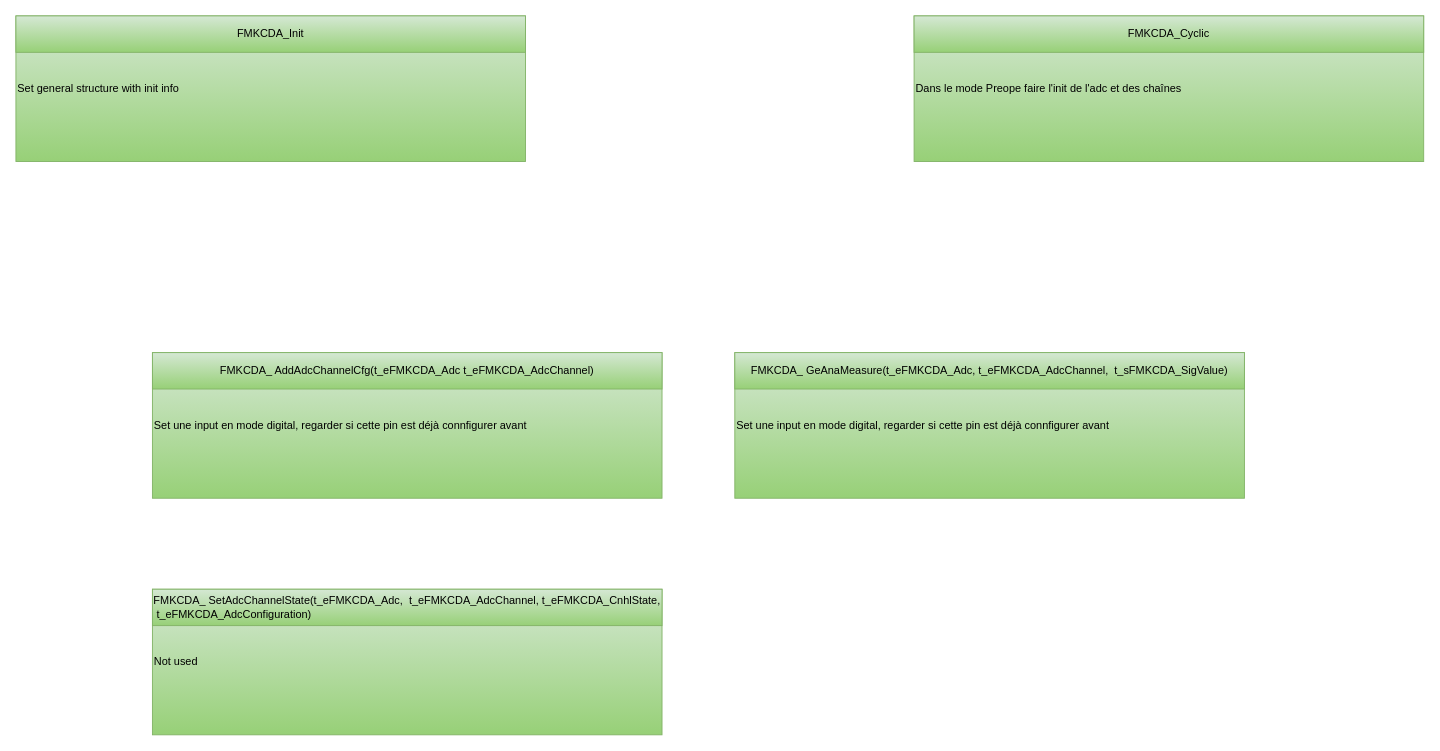
The draw.io diagram page "API" (3 of 8) of src/1_FMK/FMK_HAL/FMK_CDA/Doc/FMK_CDA.drawio in mbarbeau0545/Stm32PrjTpl, before the edit. Source tidied: cells renumbered, new cells numbered last; positions are measured from the earlier drawing's top-left corner, leaving out a move shared by most shapes. Both pictures are drawn from the tidied source at 91%, with x=0, y=0 at pixel (15, 15).
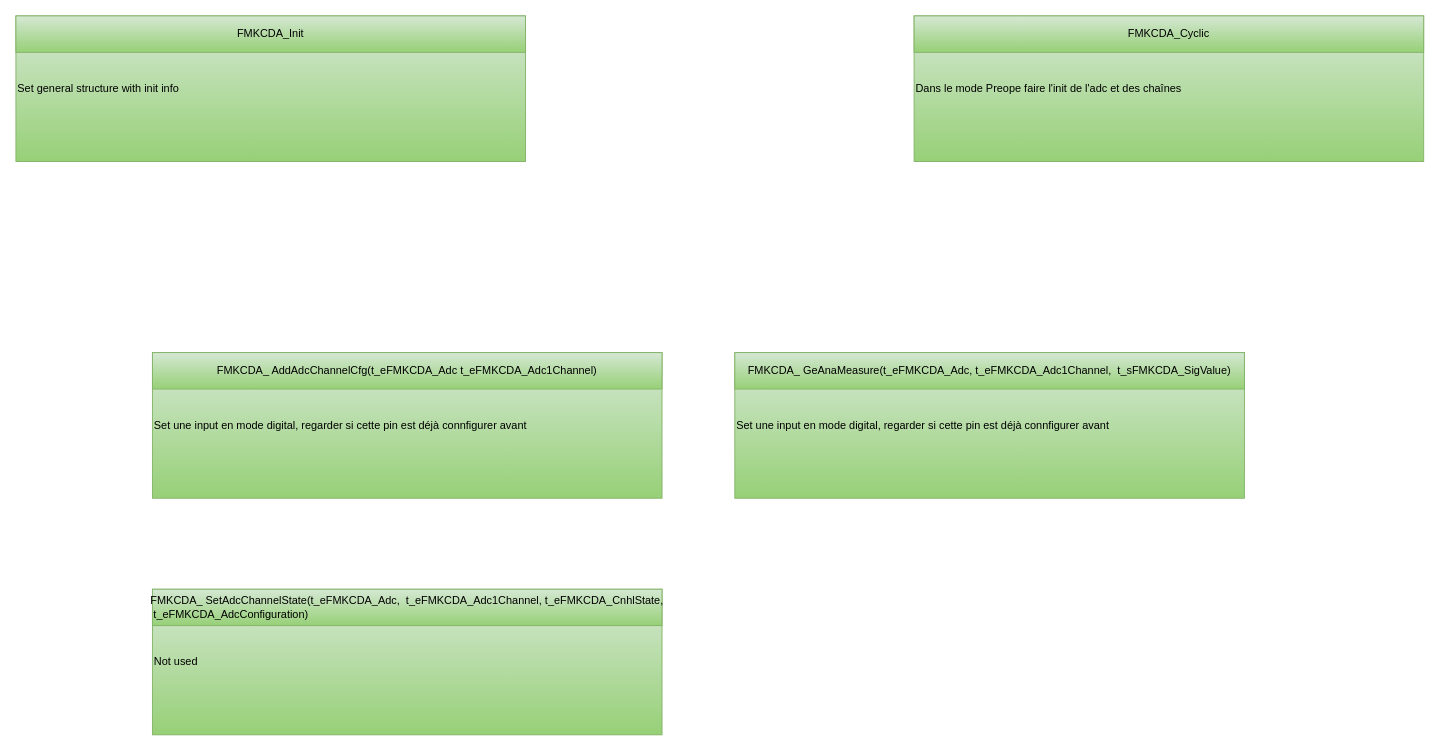
Above is the later version.

Change to the diagram source:
```diff
@@
 <mxGraphModel>
   <root>
     <mxCell id="0" />
     <mxCell id="1" parent="0" />
     <mxCell id="2" style="group;" parent="1" vertex="1">
       <mxGeometry x="150" y="370" width="560" height="160" as="geometry" />
     </mxCell>
     <mxCell id="3" value="Set une input en mode digital, regarder si cette pin est déjà connfigurer avant&amp;nbsp;" style="rounded=0;whiteSpace=wrap;html=1;fillColor=#d5e8d4;gradientColor=#97d077;strokeColor=#82b366;fontColor=#000000;align=left;" parent="2" vertex="1">
       <mxGeometry width="560" height="160" as="geometry" />
     </mxCell>
-    <mxCell id="4" value="&lt;div style=&quot;text-align: left;&quot;&gt;&lt;span style=&quot;background-color: initial;&quot;&gt;FMK&lt;span style=&quot;text-wrap: nowrap;&quot;&gt;CDA_ AddAdcChannelCfg(&lt;/span&gt;&lt;/span&gt;&lt;span style=&quot;text-wrap: nowrap; background-color: initial;&quot;&gt;t_eFMKCDA_Adc&lt;/span&gt;&lt;span style=&quot;background-color: initial;&quot;&gt;&lt;span style=&quot;text-wrap: nowrap;&quot;&gt;&amp;nbsp;t_eFMKCDA_AdcChannel&lt;/span&gt;&lt;/span&gt;&lt;span style=&quot;background-color: initial; text-wrap: nowrap;&quot;&gt;)&lt;/span&gt;&lt;/div&gt;" style="rounded=0;whiteSpace=wrap;html=1;fillColor=#d5e8d4;gradientColor=#97d077;strokeColor=#82b366;fontColor=#000000;" parent="2" vertex="1">
+    <mxCell id="4" value="&lt;div style=&quot;text-align: left;&quot;&gt;&lt;span style=&quot;background-color: initial;&quot;&gt;FMK&lt;span style=&quot;text-wrap: nowrap;&quot;&gt;CDA_ AddAdcChannelCfg(&lt;/span&gt;&lt;/span&gt;&lt;span style=&quot;text-wrap: nowrap; background-color: initial;&quot;&gt;t_eFMKCDA_Adc&lt;/span&gt;&lt;span style=&quot;background-color: initial;&quot;&gt;&lt;span style=&quot;text-wrap: nowrap;&quot;&gt;&amp;nbsp;t_eFMKCDA_Adc1Channel&lt;/span&gt;&lt;/span&gt;&lt;span style=&quot;background-color: initial; text-wrap: nowrap;&quot;&gt;)&lt;/span&gt;&lt;/div&gt;" style="rounded=0;whiteSpace=wrap;html=1;fillColor=#d5e8d4;gradientColor=#97d077;strokeColor=#82b366;fontColor=#000000;" parent="2" vertex="1">
       <mxGeometry width="560" height="40" as="geometry" />
     </mxCell>
     <mxCell id="5" style="group;" parent="1" vertex="1">
       <mxGeometry x="790" y="370" width="560" height="160" as="geometry" />
     </mxCell>
     <mxCell id="6" value="Set une input en mode digital, regarder si cette pin est déjà connfigurer avant&amp;nbsp;" style="rounded=0;whiteSpace=wrap;html=1;fillColor=#d5e8d4;gradientColor=#97d077;strokeColor=#82b366;fontColor=#000000;align=left;" parent="5" vertex="1">
       <mxGeometry width="560" height="160" as="geometry" />
     </mxCell>
-    <mxCell id="7" value="&lt;div style=&quot;text-align: left;&quot;&gt;&lt;span style=&quot;background-color: initial;&quot;&gt;FMK&lt;span style=&quot;text-wrap: nowrap;&quot;&gt;CDA_ GeAnaMeasure(&lt;/span&gt;&lt;/span&gt;&lt;span style=&quot;text-wrap: nowrap; background-color: initial;&quot;&gt;t_eFMKCDA_Adc,&amp;nbsp;&lt;/span&gt;&lt;span style=&quot;background-color: initial; text-wrap: nowrap;&quot;&gt;t_eFMKCDA_AdcChannel&lt;/span&gt;&lt;span style=&quot;background-color: initial;&quot;&gt;&lt;span style=&quot;text-wrap: nowrap;&quot;&gt;,&amp;nbsp;&amp;nbsp;&lt;/span&gt;&lt;/span&gt;&lt;span style=&quot;background-color: initial; text-wrap: nowrap;&quot;&gt;t&lt;/span&gt;&lt;span style=&quot;background-color: initial; text-wrap: nowrap;&quot;&gt;_sFMKCDA_SigValue&lt;/span&gt;&lt;span style=&quot;background-color: initial; text-wrap: nowrap;&quot;&gt;)&lt;/span&gt;&lt;/div&gt;" style="rounded=0;whiteSpace=wrap;html=1;fillColor=#d5e8d4;gradientColor=#97d077;strokeColor=#82b366;fontColor=#000000;" parent="5" vertex="1">
+    <mxCell id="7" value="&lt;div style=&quot;text-align: left;&quot;&gt;&lt;span style=&quot;background-color: initial;&quot;&gt;FMK&lt;span style=&quot;text-wrap: nowrap;&quot;&gt;CDA_ GeAnaMeasure(&lt;/span&gt;&lt;/span&gt;&lt;span style=&quot;text-wrap: nowrap; background-color: initial;&quot;&gt;t_eFMKCDA_Adc,&amp;nbsp;&lt;/span&gt;&lt;span style=&quot;background-color: initial; text-wrap: nowrap;&quot;&gt;t_eFMKCDA_Adc1Channel&lt;/span&gt;&lt;span style=&quot;background-color: initial;&quot;&gt;&lt;span style=&quot;text-wrap: nowrap;&quot;&gt;,&amp;nbsp;&amp;nbsp;&lt;/span&gt;&lt;/span&gt;&lt;span style=&quot;background-color: initial; text-wrap: nowrap;&quot;&gt;t&lt;/span&gt;&lt;span style=&quot;background-color: initial; text-wrap: nowrap;&quot;&gt;_sFMKCDA_SigValue&lt;/span&gt;&lt;span style=&quot;background-color: initial; text-wrap: nowrap;&quot;&gt;)&lt;/span&gt;&lt;/div&gt;" style="rounded=0;whiteSpace=wrap;html=1;fillColor=#d5e8d4;gradientColor=#97d077;strokeColor=#82b366;fontColor=#000000;" parent="5" vertex="1">
       <mxGeometry width="560" height="40" as="geometry" />
     </mxCell>
     <mxCell id="8" style="group;" parent="1" vertex="1">
       <mxGeometry x="987" width="560" height="160" as="geometry" />
     </mxCell>
     <mxCell id="9" value="Dans le mode Preope faire l'init de l'adc et des chaînes" style="rounded=0;whiteSpace=wrap;html=1;fillColor=#d5e8d4;gradientColor=#97d077;strokeColor=#82b366;fontColor=#000000;align=left;" parent="8" vertex="1">
       <mxGeometry width="560" height="160" as="geometry" />
     </mxCell>
     <mxCell id="10" value="FMKCDA_Cyclic" style="rounded=0;whiteSpace=wrap;html=1;fillColor=#d5e8d4;gradientColor=#97d077;strokeColor=#82b366;fontColor=#000000;" parent="8" vertex="1">
       <mxGeometry width="560" height="40" as="geometry" />
     </mxCell>
     <mxCell id="11" style="group;" parent="1" vertex="1">
       <mxGeometry width="560" height="160" as="geometry" />
     </mxCell>
     <mxCell id="12" value="Set general structure with init info&amp;nbsp;" style="rounded=0;whiteSpace=wrap;html=1;fillColor=#d5e8d4;gradientColor=#97d077;strokeColor=#82b366;fontColor=#000000;align=left;" parent="11" vertex="1">
       <mxGeometry width="560" height="160" as="geometry" />
     </mxCell>
     <mxCell id="13" value="FMKCDA_Init" style="rounded=0;whiteSpace=wrap;html=1;fillColor=#d5e8d4;gradientColor=#97d077;strokeColor=#82b366;fontColor=#000000;" parent="11" vertex="1">
       <mxGeometry width="560" height="40" as="geometry" />
     </mxCell>
     <mxCell id="14" style="group;" parent="1" vertex="1">
       <mxGeometry x="150" y="630" width="560" height="160" as="geometry" />
     </mxCell>
     <mxCell id="15" value="Not used" style="rounded=0;whiteSpace=wrap;html=1;fillColor=#d5e8d4;gradientColor=#97d077;strokeColor=#82b366;fontColor=#000000;align=left;" parent="14" vertex="1">
       <mxGeometry width="560" height="160" as="geometry" />
     </mxCell>
-    <mxCell id="16" value="&lt;div style=&quot;text-align: left;&quot;&gt;&lt;span style=&quot;background-color: initial;&quot;&gt;FMK&lt;span style=&quot;text-wrap: nowrap;&quot;&gt;CDA_ SetAdcChannelState(&lt;/span&gt;&lt;/span&gt;&lt;span style=&quot;text-wrap: nowrap; background-color: initial;&quot;&gt;t_eFMKCDA_Adc,&amp;nbsp;&lt;/span&gt;&lt;span style=&quot;background-color: initial;&quot;&gt;&lt;span style=&quot;text-wrap: nowrap;&quot;&gt;&amp;nbsp;t_eFMKCDA_AdcChannel, t_eFMKCDA_CnhlState,&lt;/span&gt;&lt;/span&gt;&lt;/div&gt;&lt;div style=&quot;text-align: left;&quot;&gt;&lt;span style=&quot;background-color: initial;&quot;&gt;&lt;span style=&quot;text-wrap: nowrap;&quot;&gt;&amp;nbsp;t_eFMKCDA_AdcConfiguration&lt;/span&gt;&lt;/span&gt;&lt;span style=&quot;background-color: initial; text-wrap: nowrap;&quot;&gt;)&lt;/span&gt;&lt;/div&gt;" style="rounded=0;whiteSpace=wrap;html=1;fillColor=#d5e8d4;gradientColor=#97d077;strokeColor=#82b366;fontColor=#000000;" parent="14" vertex="1">
+    <mxCell id="16" value="&lt;div style=&quot;text-align: left;&quot;&gt;&lt;span style=&quot;background-color: initial;&quot;&gt;FMK&lt;span style=&quot;text-wrap: nowrap;&quot;&gt;CDA_ SetAdcChannelState(&lt;/span&gt;&lt;/span&gt;&lt;span style=&quot;text-wrap: nowrap; background-color: initial;&quot;&gt;t_eFMKCDA_Adc,&amp;nbsp;&lt;/span&gt;&lt;span style=&quot;background-color: initial;&quot;&gt;&lt;span style=&quot;text-wrap: nowrap;&quot;&gt;&amp;nbsp;t_eFMKCDA_Adc1Channel, t_eFMKCDA_CnhlState,&lt;/span&gt;&lt;/span&gt;&lt;/div&gt;&lt;div style=&quot;text-align: left;&quot;&gt;&lt;span style=&quot;background-color: initial;&quot;&gt;&lt;span style=&quot;text-wrap: nowrap;&quot;&gt;&amp;nbsp;t_eFMKCDA_AdcConfiguration&lt;/span&gt;&lt;/span&gt;&lt;span style=&quot;background-color: initial; text-wrap: nowrap;&quot;&gt;)&lt;/span&gt;&lt;/div&gt;" style="rounded=0;whiteSpace=wrap;html=1;fillColor=#d5e8d4;gradientColor=#97d077;strokeColor=#82b366;fontColor=#000000;" parent="14" vertex="1">
       <mxGeometry width="560" height="40" as="geometry" />
     </mxCell>
   </root>
 </mxGraphModel>
```
